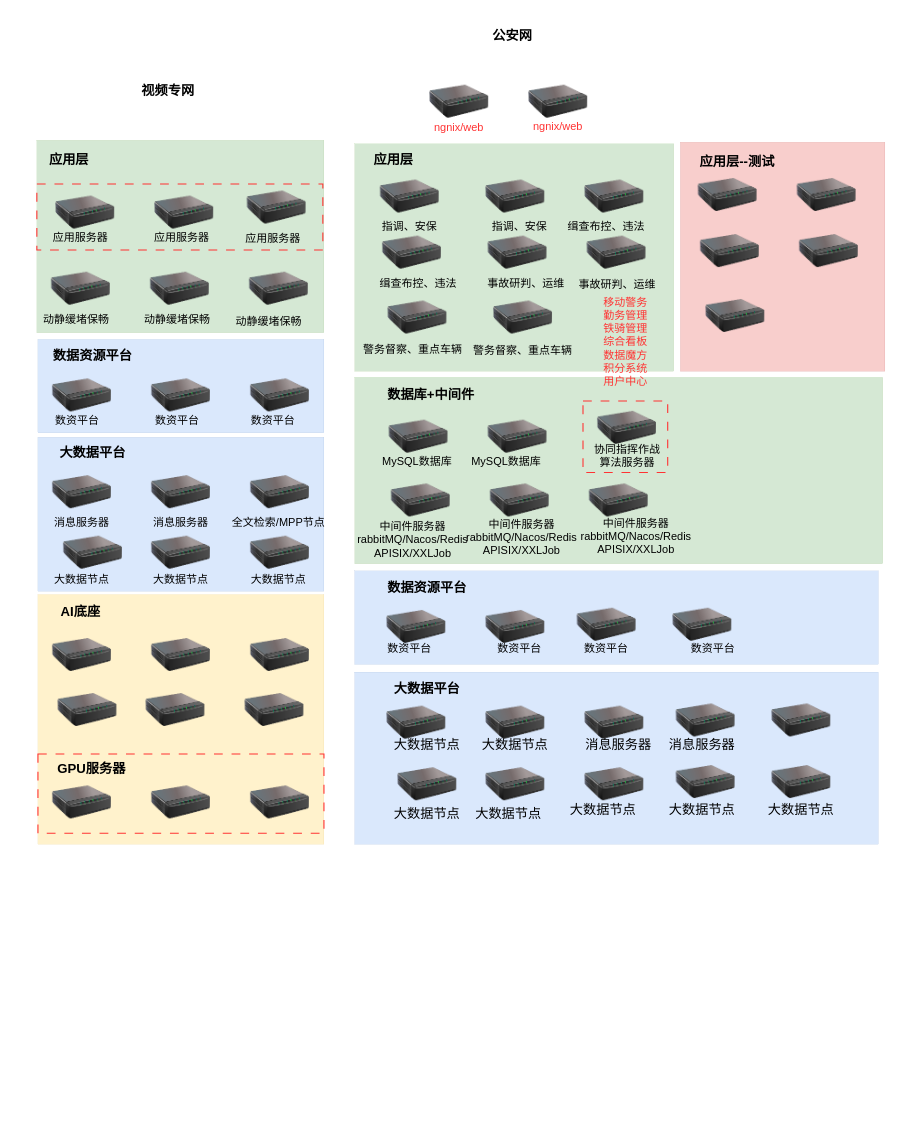
Earlier version of the draw.io diagram page "第 1 页" (1 of 5) of 20230326.drawio (bj-ehualu/drawio). Source tidied: cells renumbered, new cells numbered last; positions are measured from the earlier drawing's top-left corner, leaving out a move shared by most shapes. Both pictures are drawn from the tidied source at 110%, with x=0, y=0 at pixel (21, 19).
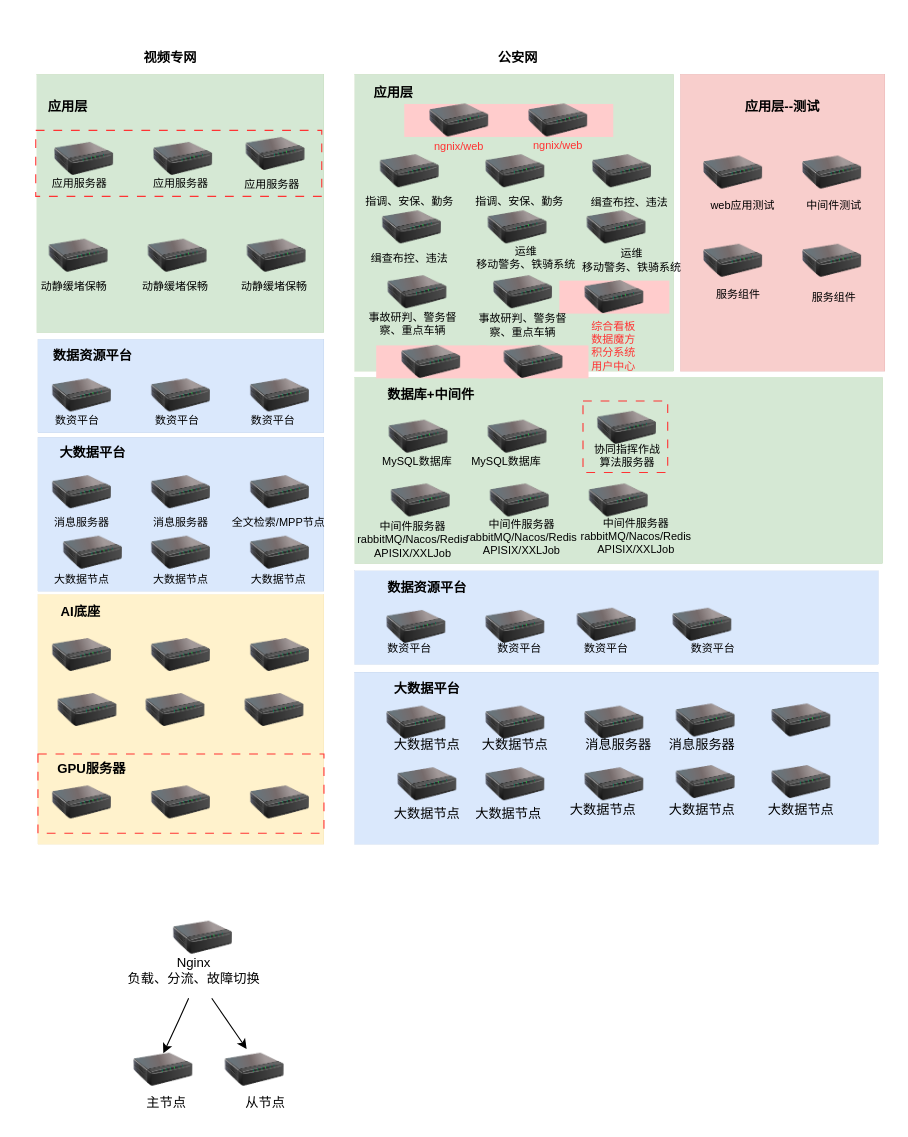
After the change.

Commit message:
喀什服务器

Diff of the diagram source:
```diff
@@
     <mxCell id="3" style="rounded=0;whiteSpace=wrap;html=1;fillColor=#d5e8d4;strokeColor=#82b366;strokeWidth=0;" parent="1" vertex="1">
-      <mxGeometry x="14" y="110" width="261" height="175" as="geometry" />
+      <mxGeometry x="14" y="50" width="261" height="235" as="geometry" />
     </mxCell>
     <mxCell id="4" style="rounded=0;whiteSpace=wrap;html=1;dashed=1;dashPattern=8 8;strokeColor=#FF3333;fillColor=none;" parent="1" vertex="1">
-      <mxGeometry x="14" y="149.8" width="260" height="60" as="geometry" />
+      <mxGeometry x="13" y="101" width="260" height="60" as="geometry" />
     </mxCell>
@@
     <mxCell id="57" style="image;html=1;image=img/lib/clip_art/networking/Print_Server_128x128.png;fillColor=#d5e8d4;strokeColor=#82b366;" parent="1" vertex="1">
-      <mxGeometry x="4" y="230" width="100" height="30" as="geometry" />
+      <mxGeometry x="2" y="200" width="100" height="30" as="geometry" />
     </mxCell>
     <mxCell id="58" style="image;html=1;image=img/lib/clip_art/networking/Print_Server_128x128.png;fillColor=#d5e8d4;strokeColor=#82b366;" parent="1" vertex="1">
-      <mxGeometry x="94" y="230" width="100" height="30" as="geometry" />
+      <mxGeometry x="92" y="200" width="100" height="30" as="geometry" />
     </mxCell>
     <mxCell id="59" style="image;html=1;image=img/lib/clip_art/networking/Print_Server_128x128.png;fillColor=#d5e8d4;strokeColor=#82b366;" parent="1" vertex="1">
-      <mxGeometry x="184" y="230" width="100" height="30" as="geometry" />
+      <mxGeometry x="182" y="200" width="100" height="30" as="geometry" />
     </mxCell>
     <mxCell id="60" value="应用层" style="text;html=1;align=center;verticalAlign=middle;whiteSpace=wrap;rounded=0;fillColor=none;strokeColor=none;fontStyle=1;" parent="1" vertex="1">
-      <mxGeometry x="8" y="113.2" width="71" height="30" as="geometry" />
+      <mxGeometry x="7" y="64.5" width="71" height="30" as="geometry" />
     </mxCell>
     <mxCell id="61" value="动静缓堵保畅" style="text;html=1;align=center;verticalAlign=middle;whiteSpace=wrap;rounded=0;fontSize=10;fillColor=none;strokeColor=none;" parent="1" vertex="1">
-      <mxGeometry y="258" width="100" height="30" as="geometry" />
+      <mxGeometry x="-2" y="228" width="100" height="30" as="geometry" />
     </mxCell>
     <mxCell id="62" value="动静缓堵保畅" style="text;html=1;align=center;verticalAlign=middle;whiteSpace=wrap;rounded=0;fontSize=10;fillColor=none;strokeColor=none;" parent="1" vertex="1">
-      <mxGeometry x="92" y="258" width="100" height="30" as="geometry" />
+      <mxGeometry x="90" y="228" width="100" height="30" as="geometry" />
     </mxCell>
     <mxCell id="63" value="动静缓堵保畅" style="text;html=1;align=center;verticalAlign=middle;whiteSpace=wrap;rounded=0;fontSize=10;fillColor=none;strokeColor=none;" parent="1" vertex="1">
-      <mxGeometry x="175" y="258" width="100" height="32" as="geometry" />
+      <mxGeometry x="180" y="227" width="100" height="32" as="geometry" />
     </mxCell>
@@
     <mxCell id="73" style="rounded=0;whiteSpace=wrap;html=1;fillColor=#d5e8d4;strokeColor=#82b366;strokeWidth=0;" parent="1" vertex="1">
-      <mxGeometry x="303" y="113.2" width="290" height="206.8" as="geometry" />
+      <mxGeometry x="303" y="50" width="290" height="270" as="geometry" />
     </mxCell>
     <mxCell id="74" style="image;html=1;image=img/lib/clip_art/networking/Print_Server_128x128.png;fillColor=#d5e8d4;strokeColor=#82b366;" parent="1" vertex="1">
-      <mxGeometry x="303" y="146.2" width="100" height="30" as="geometry" />
+      <mxGeometry x="303" y="123.2" width="100" height="30" as="geometry" />
     </mxCell>
     <mxCell id="75" style="image;html=1;image=img/lib/clip_art/networking/Print_Server_128x128.png;fillColor=#d5e8d4;strokeColor=#82b366;" parent="1" vertex="1">
-      <mxGeometry x="399" y="146.2" width="100" height="30" as="geometry" />
+      <mxGeometry x="399" y="123.2" width="100" height="30" as="geometry" />
     </mxCell>
     <mxCell id="76" style="image;html=1;image=img/lib/clip_art/networking/Print_Server_128x128.png;fillColor=#d5e8d4;strokeColor=#82b366;" parent="1" vertex="1">
-      <mxGeometry x="489" y="146.2" width="100" height="30" as="geometry" />
+      <mxGeometry x="496" y="123.2" width="100" height="30" as="geometry" />
     </mxCell>
     <mxCell id="77" value="应用层" style="text;html=1;align=center;verticalAlign=middle;whiteSpace=wrap;rounded=0;fillColor=none;strokeColor=none;fontStyle=1;" parent="1" vertex="1">
-      <mxGeometry x="303" y="113.2" width="71" height="30" as="geometry" />
+      <mxGeometry x="303" y="51.8" width="71" height="30" as="geometry" />
     </mxCell>
     <mxCell id="78" style="image;html=1;image=img/lib/clip_art/networking/Print_Server_128x128.png;fillColor=#d5e8d4;strokeColor=#82b366;" parent="1" vertex="1">
-      <mxGeometry x="305" y="197.2" width="100" height="30" as="geometry" />
+      <mxGeometry x="305" y="174.2" width="100" height="30" as="geometry" />
     </mxCell>
     <mxCell id="79" style="image;html=1;image=img/lib/clip_art/networking/Print_Server_128x128.png;fillColor=#d5e8d4;strokeColor=#82b366;" parent="1" vertex="1">
-      <mxGeometry x="401" y="197.2" width="100" height="30" as="geometry" />
+      <mxGeometry x="401" y="174.2" width="100" height="30" as="geometry" />
     </mxCell>
     <mxCell id="80" style="image;html=1;image=img/lib/clip_art/networking/Print_Server_128x128.png;fillColor=#d5e8d4;strokeColor=#82b366;" parent="1" vertex="1">
-      <mxGeometry x="491" y="197.2" width="100" height="30" as="geometry" />
+      <mxGeometry x="491" y="174.2" width="100" height="30" as="geometry" />
     </mxCell>
@@
     <mxCell id="85" style="image;html=1;image=img/lib/clip_art/networking/Print_Server_128x128.png;fillColor=#d5e8d4;strokeColor=#82b366;" parent="1" vertex="1">
-      <mxGeometry x="310" y="256.2" width="100" height="30" as="geometry" />
+      <mxGeometry x="310" y="233.2" width="100" height="30" as="geometry" />
     </mxCell>
     <mxCell id="86" style="image;html=1;image=img/lib/clip_art/networking/Print_Server_128x128.png;fillColor=#d5e8d4;strokeColor=#82b366;" parent="1" vertex="1">
-      <mxGeometry x="406" y="256.2" width="100" height="30" as="geometry" />
+      <mxGeometry x="406" y="233.2" width="100" height="30" as="geometry" />
     </mxCell>
     <mxCell id="87" style="rounded=0;whiteSpace=wrap;html=1;fillColor=#f8cecc;strokeColor=#b85450;strokeWidth=0;" parent="1" vertex="1">
-      <mxGeometry x="599" y="111.8" width="186" height="208.2" as="geometry" />
+      <mxGeometry x="599" y="50" width="186" height="270" as="geometry" />
     </mxCell>
     <mxCell id="88" style="image;html=1;image=img/lib/clip_art/networking/Print_Server_128x128.png;fillColor=#d5e8d4;strokeColor=#82b366;" parent="1" vertex="1">
-      <mxGeometry x="592" y="144.8" width="100" height="30" as="geometry" />
+      <mxGeometry x="597" y="124.4" width="100" height="30" as="geometry" />
     </mxCell>
     <mxCell id="89" style="image;html=1;image=img/lib/clip_art/networking/Print_Server_128x128.png;fillColor=#d5e8d4;strokeColor=#82b366;" parent="1" vertex="1">
-      <mxGeometry x="682" y="144.8" width="100" height="30" as="geometry" />
+      <mxGeometry x="687" y="124.4" width="100" height="30" as="geometry" />
     </mxCell>
     <mxCell id="90" value="应用层--测试" style="text;html=1;align=center;verticalAlign=middle;whiteSpace=wrap;rounded=0;fillColor=none;strokeColor=none;fontStyle=1;" parent="1" vertex="1">
-      <mxGeometry x="599" y="114.8" width="104" height="30" as="geometry" />
+      <mxGeometry x="640" y="64.5" width="104" height="30" as="geometry" />
     </mxCell>
     <mxCell id="91" style="image;html=1;image=img/lib/clip_art/networking/Print_Server_128x128.png;fillColor=#d5e8d4;strokeColor=#82b366;" parent="1" vertex="1">
-      <mxGeometry x="594" y="195.8" width="100" height="30" as="geometry" />
+      <mxGeometry x="597" y="204.6" width="100" height="30" as="geometry" />
     </mxCell>
     <mxCell id="92" style="image;html=1;image=img/lib/clip_art/networking/Print_Server_128x128.png;fillColor=#d5e8d4;strokeColor=#82b366;" parent="1" vertex="1">
-      <mxGeometry x="684" y="195.8" width="100" height="30" as="geometry" />
+      <mxGeometry x="687" y="204.6" width="100" height="30" as="geometry" />
     </mxCell>
-    <mxCell id="93" style="image;html=1;image=img/lib/clip_art/networking/Print_Server_128x128.png;fillColor=#d5e8d4;strokeColor=#82b366;" parent="1" vertex="1">
-      <mxGeometry x="599" y="254.8" width="100" height="30" as="geometry" />
+    <mxCell id="93" style="image;html=1;image=img/lib/clip_art/networking/Print_Server_128x128.png;fillColor=#d5e8d4;strokeColor=#82b366;imageBackground=#FFCCCC;" parent="1" vertex="1">
+      <mxGeometry x="489" y="237.6" width="100" height="30" as="geometry" />
     </mxCell>
@@
     <mxCell id="104" style="image;html=1;image=img/lib/clip_art/networking/Print_Server_128x128.png;fillColor=#d5e8d4;strokeColor=#82b366;" parent="1" vertex="1">
-      <mxGeometry x="8" y="160.8" width="100" height="30" as="geometry" />
+      <mxGeometry x="7" y="112" width="100" height="30" as="geometry" />
     </mxCell>
     <mxCell id="105" style="image;html=1;image=img/lib/clip_art/networking/Print_Server_128x128.png;fillColor=#d5e8d4;strokeColor=#82b366;" parent="1" vertex="1">
-      <mxGeometry x="98" y="160.8" width="100" height="30" as="geometry" />
+      <mxGeometry x="97" y="112" width="100" height="30" as="geometry" />
     </mxCell>
     <mxCell id="106" value="应用服务器" style="text;html=1;align=center;verticalAlign=middle;whiteSpace=wrap;rounded=0;fontSize=10;fillColor=none;strokeColor=none;" parent="1" vertex="1">
-      <mxGeometry x="96" y="182.8" width="100" height="30" as="geometry" />
+      <mxGeometry x="95" y="134" width="100" height="30" as="geometry" />
     </mxCell>
     <mxCell id="107" value="应用服务器" style="text;html=1;align=center;verticalAlign=middle;whiteSpace=wrap;rounded=0;fontSize=10;fillColor=none;strokeColor=none;" parent="1" vertex="1">
-      <mxGeometry x="179" y="182.8" width="100" height="32" as="geometry" />
+      <mxGeometry x="178" y="134" width="100" height="32" as="geometry" />
     </mxCell>
     <mxCell id="108" style="image;html=1;image=img/lib/clip_art/networking/Print_Server_128x128.png;fillColor=#d5e8d4;strokeColor=#82b366;" parent="1" vertex="1">
-      <mxGeometry x="182" y="156.2" width="100" height="30" as="geometry" />
+      <mxGeometry x="181" y="107.5" width="100" height="30" as="geometry" />
     </mxCell>
     <mxCell id="109" value="应用服务器" style="text;html=1;align=center;verticalAlign=middle;whiteSpace=wrap;rounded=0;fontSize=10;fillColor=none;strokeColor=none;" parent="1" vertex="1">
-      <mxGeometry x="4" y="182.8" width="100" height="30" as="geometry" />
+      <mxGeometry x="3" y="134" width="100" height="30" as="geometry" />
     </mxCell>
     <mxCell id="110" value="视频专网" style="text;html=1;align=center;verticalAlign=middle;whiteSpace=wrap;rounded=0;fillColor=none;strokeColor=none;fontStyle=1;" parent="1" vertex="1">
-      <mxGeometry x="98" y="50" width="71" height="30" as="geometry" />
+      <mxGeometry x="100" y="20" width="71" height="30" as="geometry" />
     </mxCell>
     <mxCell id="111" value="公安网" style="text;html=1;align=center;verticalAlign=middle;whiteSpace=wrap;rounded=0;fillColor=none;strokeColor=none;fontStyle=1;" parent="1" vertex="1">
-      <mxGeometry x="411" width="71" height="30" as="geometry" />
+      <mxGeometry x="415.5" y="20" width="71" height="30" as="geometry" />
     </mxCell>
@@
-    <mxCell id="115" value="指调、安保" style="text;html=1;align=center;verticalAlign=middle;whiteSpace=wrap;rounded=0;fontSize=10;" parent="1" vertex="1">
-      <mxGeometry x="303" y="172.5" width="100" height="30" as="geometry" />
+    <mxCell id="115" value="指调、安保、勤务" style="text;html=1;align=center;verticalAlign=middle;whiteSpace=wrap;rounded=0;fontSize=10;" parent="1" vertex="1">
+      <mxGeometry x="303" y="149.5" width="100" height="30" as="geometry" />
     </mxCell>
     <mxCell id="116" value="缉查布控、违法" style="text;html=1;align=center;verticalAlign=middle;whiteSpace=wrap;rounded=0;fontSize=10;" parent="1" vertex="1">
-      <mxGeometry x="482" y="172.8" width="100" height="30" as="geometry" />
+      <mxGeometry x="503" y="150.5" width="100" height="30" as="geometry" />
     </mxCell>
-    <mxCell id="117" value="指调、安保" style="text;html=1;align=center;verticalAlign=middle;whiteSpace=wrap;rounded=0;fontSize=10;" parent="1" vertex="1">
-      <mxGeometry x="403" y="172.5" width="100" height="30" as="geometry" />
+    <mxCell id="117" value="指调、安保、勤务" style="text;html=1;align=center;verticalAlign=middle;whiteSpace=wrap;rounded=0;fontSize=10;" parent="1" vertex="1">
+      <mxGeometry x="403" y="149.5" width="100" height="30" as="geometry" />
     </mxCell>
     <mxCell id="118" value="缉查布控、违法" style="text;html=1;align=center;verticalAlign=middle;whiteSpace=wrap;rounded=0;fontSize=10;" parent="1" vertex="1">
-      <mxGeometry x="311" y="224.8" width="100" height="30" as="geometry" />
+      <mxGeometry x="303" y="201.8" width="100" height="30" as="geometry" />
     </mxCell>
-    <mxCell id="119" style="image;html=1;image=img/lib/clip_art/networking/Print_Server_128x128.png;fillColor=#d5e8d4;strokeColor=#82b366;" parent="1" vertex="1">
-      <mxGeometry x="438" y="60" width="100" height="30" as="geometry" />
+    <mxCell id="119" style="image;html=1;image=img/lib/clip_art/networking/Print_Server_128x128.png;fillColor=#d5e8d4;strokeColor=#82b366;imageBackground=#FFCCCC;" parent="1" vertex="1">
+      <mxGeometry x="438" y="77" width="100" height="30" as="geometry" />
     </mxCell>
-    <mxCell id="120" style="image;html=1;image=img/lib/clip_art/networking/Print_Server_128x128.png;fillColor=#d5e8d4;strokeColor=#82b366;" parent="1" vertex="1">
-      <mxGeometry x="348" y="60" width="100" height="30" as="geometry" />
+    <mxCell id="120" style="image;html=1;image=img/lib/clip_art/networking/Print_Server_128x128.png;fillColor=#d5e8d4;strokeColor=#82b366;imageBackground=#FFCCCC;" parent="1" vertex="1">
+      <mxGeometry x="348" y="77" width="100" height="30" as="geometry" />
     </mxCell>
     <mxCell id="121" value="ngnix/web" style="text;html=1;align=center;verticalAlign=middle;whiteSpace=wrap;rounded=0;fontSize=10;fontColor=#FF3333;" parent="1" vertex="1">
-      <mxGeometry x="348" y="83.2" width="100" height="30" as="geometry" />
+      <mxGeometry x="348" y="100.2" width="100" height="30" as="geometry" />
     </mxCell>
     <mxCell id="122" value="ngnix/web" style="text;html=1;align=center;verticalAlign=middle;whiteSpace=wrap;rounded=0;fontSize=10;fontColor=#FF3333;" parent="1" vertex="1">
-      <mxGeometry x="438" y="81.8" width="100" height="30" as="geometry" />
+      <mxGeometry x="438" y="98.8" width="100" height="30" as="geometry" />
     </mxCell>
-    <mxCell id="123" value="事故研判、运维" style="text;html=1;align=center;verticalAlign=middle;whiteSpace=wrap;rounded=0;fontSize=10;" parent="1" vertex="1">
-      <mxGeometry x="409" y="224.8" width="100" height="30" as="geometry" />
+    <mxCell id="123" value="运维&lt;div&gt;移动警务、铁骑系统&lt;/div&gt;" style="text;html=1;align=center;verticalAlign=middle;whiteSpace=wrap;rounded=0;fontSize=10;" parent="1" vertex="1">
+      <mxGeometry x="409" y="201.8" width="100" height="30" as="geometry" />
     </mxCell>
-    <mxCell id="124" value="警务督察、重点车辆" style="text;html=1;align=center;verticalAlign=middle;whiteSpace=wrap;rounded=0;fontSize=10;" parent="1" vertex="1">
-      <mxGeometry x="306" y="285" width="100" height="30" as="geometry" />
+    <mxCell id="124" value="事故研判、警务督察、重点车辆" style="text;html=1;align=center;verticalAlign=middle;whiteSpace=wrap;rounded=0;fontSize=10;" parent="1" vertex="1">
+      <mxGeometry x="306" y="260" width="100" height="34" as="geometry" />
     </mxCell>
-    <mxCell id="125" value="事故研判、运维" style="text;html=1;align=center;verticalAlign=middle;whiteSpace=wrap;rounded=0;fontSize=10;" parent="1" vertex="1">
-      <mxGeometry x="492" y="225.8" width="100" height="30" as="geometry" />
+    <mxCell id="125" value="运维&lt;div&gt;移动警务、铁骑系统&lt;br&gt;&lt;/div&gt;" style="text;html=1;align=center;verticalAlign=middle;whiteSpace=wrap;rounded=0;fontSize=10;" parent="1" vertex="1">
+      <mxGeometry x="505" y="203.8" width="100" height="30" as="geometry" />
     </mxCell>
-    <mxCell id="126" value="警务督察、重点车辆" style="text;html=1;align=center;verticalAlign=middle;whiteSpace=wrap;rounded=0;fontSize=10;" parent="1" vertex="1">
-      <mxGeometry x="406" y="286.2" width="100" height="30" as="geometry" />
+    <mxCell id="126" value="事故研判、警务督察、重点车辆" style="text;html=1;align=center;verticalAlign=middle;whiteSpace=wrap;rounded=0;fontSize=10;" parent="1" vertex="1">
+      <mxGeometry x="406" y="263.2" width="100" height="30" as="geometry" />
     </mxCell>
-    <mxCell id="127" value="移动警务&lt;div&gt;勤务管理&lt;/div&gt;&lt;div&gt;铁骑管理&lt;/div&gt;&lt;div&gt;综合看板&lt;/div&gt;&lt;div&gt;数据魔方&lt;/div&gt;&lt;div&gt;积分系统&lt;/div&gt;&lt;div&gt;用户中心&lt;/div&gt;" style="text;html=1;align=center;verticalAlign=middle;whiteSpace=wrap;rounded=0;fontSize=10;fontColor=#FF3333;" parent="1" vertex="1">
-      <mxGeometry x="493" y="255" width="113" height="75" as="geometry" />
+    <mxCell id="127" value="&lt;div&gt;&lt;span style=&quot;background-color: initial;&quot;&gt;综合看板&lt;/span&gt;&lt;br&gt;&lt;/div&gt;&lt;div&gt;数据魔方&lt;/div&gt;&lt;div&gt;积分系统&lt;/div&gt;&lt;div&gt;用户中心&lt;/div&gt;" style="text;html=1;align=center;verticalAlign=middle;whiteSpace=wrap;rounded=0;fontSize=10;fontColor=#FF3333;" parent="1" vertex="1">
+      <mxGeometry x="482" y="260" width="113" height="73" as="geometry" />
     </mxCell>
@@
+    <mxCell id="130" style="image;html=1;image=img/lib/clip_art/networking/Print_Server_128x128.png;fillColor=#d5e8d4;strokeColor=#82b366;" parent="1" vertex="1">
+      <mxGeometry x="115" y="820" width="100" height="30" as="geometry" />
+    </mxCell>
+    <mxCell id="131" style="image;html=1;image=img/lib/clip_art/networking/Print_Server_128x128.png;fillColor=#d5e8d4;strokeColor=#82b366;" parent="1" vertex="1">
+      <mxGeometry x="162" y="940" width="100" height="30" as="geometry" />
+    </mxCell>
+    <mxCell id="132" style="image;html=1;image=img/lib/clip_art/networking/Print_Server_128x128.png;fillColor=#d5e8d4;strokeColor=#82b366;" parent="1" vertex="1">
+      <mxGeometry x="79" y="940" width="100" height="30" as="geometry" />
+    </mxCell>
+    <mxCell id="133" value="主节点" style="text;html=1;align=center;verticalAlign=middle;whiteSpace=wrap;rounded=0;" parent="1" vertex="1">
+      <mxGeometry x="102" y="970" width="60" height="30" as="geometry" />
+    </mxCell>
+    <mxCell id="134" value="从节点" style="text;html=1;align=center;verticalAlign=middle;whiteSpace=wrap;rounded=0;" parent="1" vertex="1">
+      <mxGeometry x="192" y="970" width="60" height="30" as="geometry" />
+    </mxCell>
+    <mxCell id="135" value="Nginx&lt;div&gt;负载、分流、故障切换&lt;/div&gt;" style="text;html=1;align=center;verticalAlign=middle;whiteSpace=wrap;rounded=0;" parent="1" vertex="1">
+      <mxGeometry x="92" y="850" width="130" height="30" as="geometry" />
+    </mxCell>
+    <mxCell id="136" style="endArrow=classic;html=1;rounded=0;entryX=0.5;entryY=0;entryDx=0;entryDy=0;" parent="1" edge="1" target="132">
+      <mxGeometry relative="1" as="geometry">
+        <mxPoint x="152" y="890" as="sourcePoint" />
+        <Array as="points">
+          <mxPoint x="143" y="910" />
+        </Array>
+      </mxGeometry>
+    </mxCell>
+    <mxCell id="137" style="endArrow=classic;html=1;rounded=0;entryX=0.427;entryY=-0.128;entryDx=0;entryDy=0;entryPerimeter=0;" parent="1" edge="1" target="131">
+      <mxGeometry relative="1" as="geometry">
+        <mxPoint x="173" y="890" as="sourcePoint" />
+      </mxGeometry>
+    </mxCell>
+    <mxCell id="138" value="web应用测试" style="text;html=1;align=center;verticalAlign=middle;whiteSpace=wrap;rounded=0;fontSize=10;" parent="1" vertex="1">
+      <mxGeometry x="606" y="153.5" width="100" height="30" as="geometry" />
+    </mxCell>
+    <mxCell id="139" value="中间件测试" style="text;html=1;align=center;verticalAlign=middle;whiteSpace=wrap;rounded=0;fontSize=10;" parent="1" vertex="1">
+      <mxGeometry x="689" y="154.2" width="100" height="30" as="geometry" />
+    </mxCell>
+    <mxCell id="140" value="服务组件" style="text;html=1;align=center;verticalAlign=middle;whiteSpace=wrap;rounded=0;fontSize=10;" parent="1" vertex="1">
+      <mxGeometry x="602" y="234.6" width="100" height="30" as="geometry" />
+    </mxCell>
+    <mxCell id="141" value="服务组件" style="text;html=1;align=center;verticalAlign=middle;whiteSpace=wrap;rounded=0;fontSize=10;" parent="1" vertex="1">
+      <mxGeometry x="689" y="237.6" width="100" height="30" as="geometry" />
+    </mxCell>
+    <mxCell id="142" style="image;html=1;image=img/lib/clip_art/networking/Print_Server_128x128.png;fillColor=#d5e8d4;strokeColor=#82b366;imageBackground=#FFCCCC;" parent="1" vertex="1">
+      <mxGeometry x="322.5" y="296.5" width="100" height="30" as="geometry" />
+    </mxCell>
+    <mxCell id="143" style="image;html=1;image=img/lib/clip_art/networking/Print_Server_128x128.png;fillColor=#d5e8d4;strokeColor=#82b366;imageBackground=#FFCCCC;" parent="1" vertex="1">
+      <mxGeometry x="415.5" y="296.5" width="100" height="30" as="geometry" />
+    </mxCell>
```
